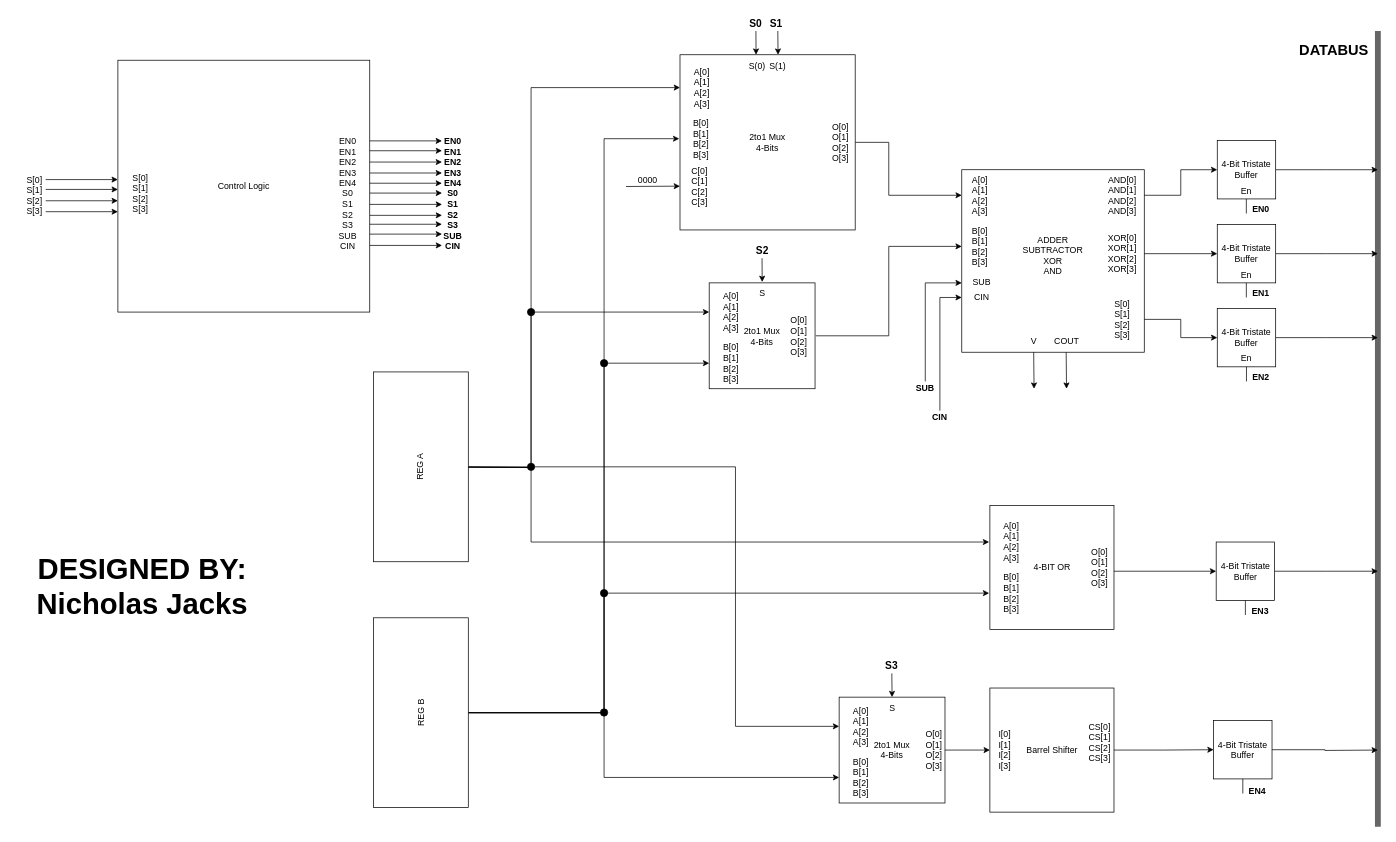
The draw.io diagram VLSI_ALU_Design_Current.drawio in njacks1/ALU_VLSI, before the edit. Source tidied: cells renumbered, new cells numbered last; positions are measured from the earlier drawing's top-left corner, leaving out a move shared by most shapes. Both pictures are drawn from the tidied source at 73%, with x=0, y=0 at pixel (12, 12).
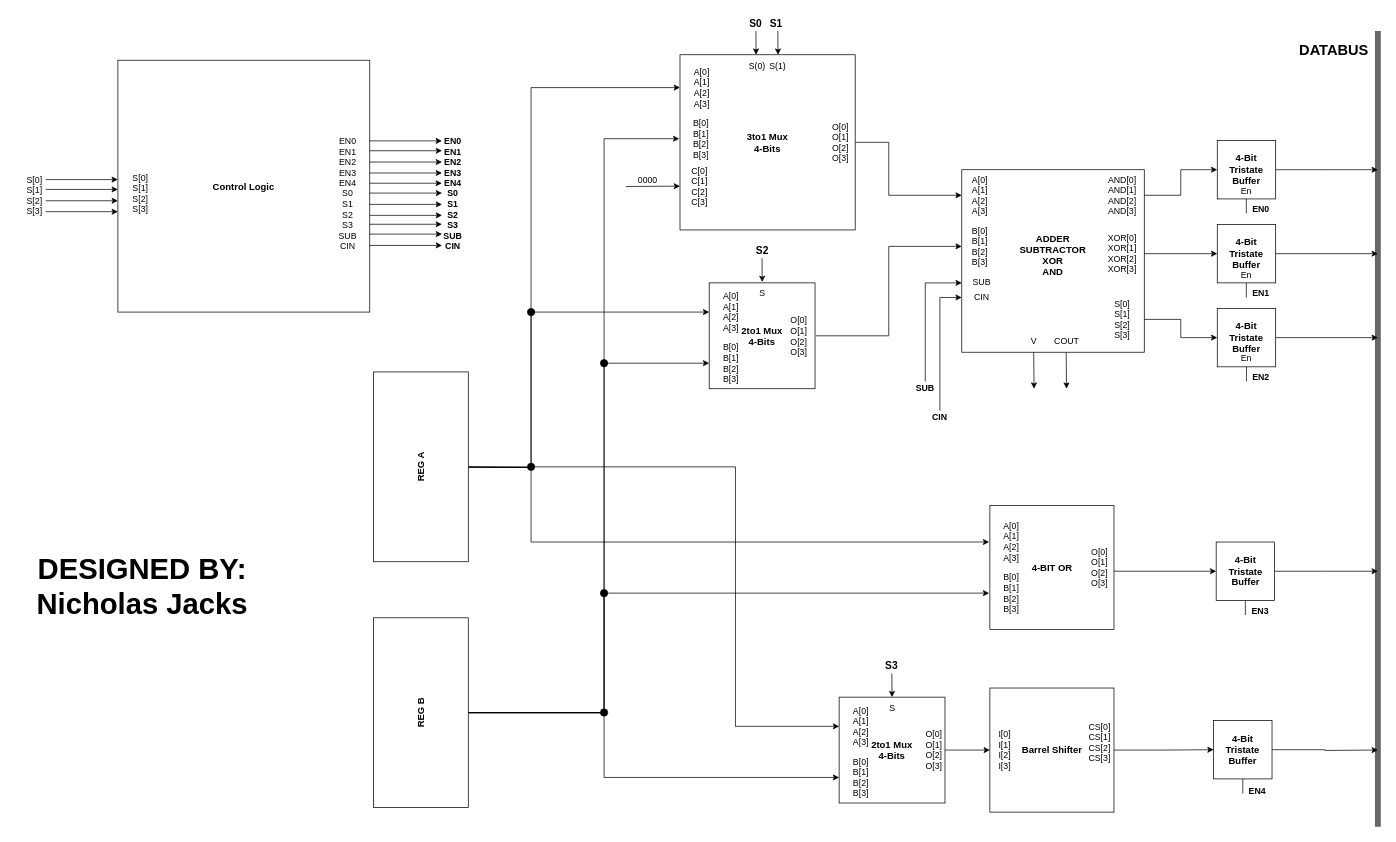
The same page after the edit.

Diff of the diagram source:
```diff
@@
-    <mxCell id="4" value="&lt;div&gt;ADDER&lt;/div&gt;&lt;div&gt;SUBTRACTOR&lt;/div&gt;&lt;div&gt;XOR&lt;/div&gt;&lt;div&gt;AND&lt;br&gt;&lt;/div&gt;&lt;div&gt;&lt;br&gt;&lt;/div&gt;" style="whiteSpace=wrap;html=1;" parent="1" vertex="1">
+    <mxCell id="4" value="&lt;div style=&quot;font-size: 13px;&quot;&gt;ADDER&lt;/div&gt;&lt;div style=&quot;font-size: 13px;&quot;&gt;SUBTRACTOR&lt;/div&gt;&lt;div style=&quot;font-size: 13px;&quot;&gt;XOR&lt;/div&gt;&lt;div style=&quot;font-size: 13px;&quot;&gt;AND&lt;br style=&quot;font-size: 13px;&quot;&gt;&lt;/div&gt;&lt;div style=&quot;font-size: 13px;&quot;&gt;&lt;br style=&quot;font-size: 13px;&quot;&gt;&lt;/div&gt;" style="whiteSpace=wrap;html=1;fontStyle=1;fontSize=13;" parent="1" vertex="1">
       <mxGeometry x="1300" y="215" width="250" height="250" as="geometry" />
     </mxCell>
@@
-    <mxCell id="18" value="&lt;div&gt;4-Bit Tristate&lt;/div&gt;&lt;div&gt;Buffer&lt;br&gt;&lt;/div&gt;" style="whiteSpace=wrap;html=1;" parent="1" vertex="1">
+    <mxCell id="18" value="&lt;div style=&quot;font-size: 13px;&quot;&gt;4-Bit Tristate&lt;/div&gt;&lt;div style=&quot;font-size: 13px;&quot;&gt;Buffer&lt;br style=&quot;font-size: 13px;&quot;&gt;&lt;/div&gt;" style="whiteSpace=wrap;html=1;fontStyle=1;fontSize=13;" parent="1" vertex="1">
       <mxGeometry x="1650" y="175" width="80" height="80" as="geometry" />
     </mxCell>
@@
-    <mxCell id="20" value="&lt;div&gt;4-Bit Tristate&lt;/div&gt;&lt;div&gt;Buffer&lt;br&gt;&lt;/div&gt;" style="whiteSpace=wrap;html=1;" parent="1" vertex="1">
+    <mxCell id="20" value="&lt;div style=&quot;font-size: 13px;&quot;&gt;4-Bit Tristate&lt;/div&gt;&lt;div style=&quot;font-size: 13px;&quot;&gt;Buffer&lt;br style=&quot;font-size: 13px;&quot;&gt;&lt;/div&gt;" style="whiteSpace=wrap;html=1;fontStyle=1;fontSize=13;" parent="1" vertex="1">
       <mxGeometry x="1650" y="290" width="80" height="80" as="geometry" />
     </mxCell>
@@
-    <mxCell id="22" value="&lt;div&gt;4-Bit Tristate&lt;/div&gt;&lt;div&gt;Buffer&lt;br&gt;&lt;/div&gt;" style="whiteSpace=wrap;html=1;" parent="1" vertex="1">
+    <mxCell id="22" value="&lt;div style=&quot;font-size: 13px;&quot;&gt;4-Bit Tristate&lt;/div&gt;&lt;div style=&quot;font-size: 13px;&quot;&gt;Buffer&lt;br style=&quot;font-size: 13px;&quot;&gt;&lt;/div&gt;" style="whiteSpace=wrap;html=1;fontStyle=1;fontSize=13;" parent="1" vertex="1">
       <mxGeometry x="1650" y="405" width="80" height="80" as="geometry" />
     </mxCell>
@@
-    <mxCell id="24" value="4-BIT OR" style="whiteSpace=wrap;html=1;" parent="1" vertex="1">
+    <mxCell id="24" value="4-BIT OR" style="whiteSpace=wrap;html=1;fontStyle=1;fontSize=13;" parent="1" vertex="1">
       <mxGeometry x="1338.5" y="675" width="170" height="170" as="geometry" />
     </mxCell>
@@
-    <mxCell id="36" value="Barrel Shifter" style="whiteSpace=wrap;html=1;" parent="1" vertex="1">
+    <mxCell id="36" value="Barrel Shifter" style="whiteSpace=wrap;html=1;fontStyle=1;fontSize=13;" parent="1" vertex="1">
       <mxGeometry x="1338.5" y="925" width="170" height="170" as="geometry" />
     </mxCell>
@@
-    <mxCell id="43" value="&lt;div&gt;4-Bit Tristate&lt;/div&gt;&lt;div&gt;Buffer&lt;br&gt;&lt;/div&gt;" style="whiteSpace=wrap;html=1;" parent="1" vertex="1">
+    <mxCell id="43" value="&lt;div style=&quot;font-size: 13px;&quot;&gt;4-Bit Tristate&lt;/div&gt;&lt;div style=&quot;font-size: 13px;&quot;&gt;Buffer&lt;br style=&quot;font-size: 13px;&quot;&gt;&lt;/div&gt;" style="whiteSpace=wrap;html=1;fontStyle=1;fontSize=13;" parent="1" vertex="1">
       <mxGeometry x="1648.5" y="725" width="80" height="80" as="geometry" />
     </mxCell>
@@
-    <mxCell id="47" value="&lt;div&gt;4-Bit Tristate&lt;/div&gt;&lt;div&gt;Buffer&lt;br&gt;&lt;/div&gt;" style="whiteSpace=wrap;html=1;" parent="1" vertex="1">
+    <mxCell id="47" value="&lt;div style=&quot;font-size: 13px;&quot;&gt;4-Bit Tristate&lt;/div&gt;&lt;div style=&quot;font-size: 13px;&quot;&gt;Buffer&lt;br style=&quot;font-size: 13px;&quot;&gt;&lt;/div&gt;" style="whiteSpace=wrap;html=1;fontStyle=1;fontSize=13;" parent="1" vertex="1">
       <mxGeometry x="1645" y="969.5" width="80" height="80" as="geometry" />
     </mxCell>
@@
-    <mxCell id="50" value="&lt;div&gt;2to1 Mux&lt;/div&gt;&lt;div&gt;4-Bits&lt;br&gt;&lt;/div&gt;" style="whiteSpace=wrap;html=1;" parent="1" vertex="1">
+    <mxCell id="50" value="&lt;div style=&quot;font-size: 13px&quot;&gt;3to1 Mux&lt;/div&gt;&lt;div style=&quot;font-size: 13px&quot;&gt;4-Bits&lt;br style=&quot;font-size: 13px&quot;&gt;&lt;/div&gt;" style="whiteSpace=wrap;html=1;fontStyle=1;fontSize=13;" parent="1" vertex="1">
       <mxGeometry x="914" y="57.5" width="240" height="240" as="geometry" />
     </mxCell>
@@
-    <mxCell id="54" value="&lt;div&gt;2to1 Mux&lt;/div&gt;&lt;div&gt;4-Bits&lt;br&gt;&lt;/div&gt;" style="whiteSpace=wrap;html=1;" parent="1" vertex="1">
+    <mxCell id="54" value="&lt;div style=&quot;font-size: 13px;&quot;&gt;2to1 Mux&lt;/div&gt;&lt;div style=&quot;font-size: 13px;&quot;&gt;4-Bits&lt;br style=&quot;font-size: 13px;&quot;&gt;&lt;/div&gt;" style="whiteSpace=wrap;html=1;fontStyle=1;fontSize=13;" parent="1" vertex="1">
       <mxGeometry x="1132" y="937.5" width="145" height="145" as="geometry" />
     </mxCell>
@@
-    <mxCell id="71" value="REG A" style="rounded=0;whiteSpace=wrap;html=1;rotation=-90;fontSize=12;" parent="1" vertex="1">
+    <mxCell id="71" value="REG A" style="rounded=0;whiteSpace=wrap;html=1;rotation=-90;fontSize=13;fontStyle=1;" parent="1" vertex="1">
       <mxGeometry x="429" y="557" width="260" height="130" as="geometry" />
     </mxCell>
@@
-    <mxCell id="76" value="REG B" style="rounded=0;whiteSpace=wrap;html=1;rotation=-90;" parent="1" vertex="1">
+    <mxCell id="76" value="REG B" style="rounded=0;whiteSpace=wrap;html=1;rotation=-90;fontStyle=1;fontSize=13;" parent="1" vertex="1">
       <mxGeometry x="429" y="893.8" width="260" height="130" as="geometry" />
     </mxCell>
@@
-    <mxCell id="87" value="Control Logic" style="whiteSpace=wrap;html=1;" parent="1" vertex="1">
+    <mxCell id="87" value="Control Logic" style="whiteSpace=wrap;html=1;fontStyle=1;fontSize=13;" parent="1" vertex="1">
       <mxGeometry x="144" y="65" width="345" height="345" as="geometry" />
     </mxCell>
@@
-    <mxCell id="107" value="&lt;div&gt;2to1 Mux&lt;/div&gt;&lt;div&gt;4-Bits&lt;br&gt;&lt;/div&gt;" style="whiteSpace=wrap;html=1;" parent="1" vertex="1">
+    <mxCell id="107" value="&lt;div style=&quot;font-size: 13px;&quot;&gt;2to1 Mux&lt;/div&gt;&lt;div style=&quot;font-size: 13px;&quot;&gt;4-Bits&lt;br style=&quot;font-size: 13px;&quot;&gt;&lt;/div&gt;" style="whiteSpace=wrap;html=1;fontStyle=1;fontSize=13;" parent="1" vertex="1">
       <mxGeometry x="954" y="370" width="145" height="145" as="geometry" />
     </mxCell>
```
